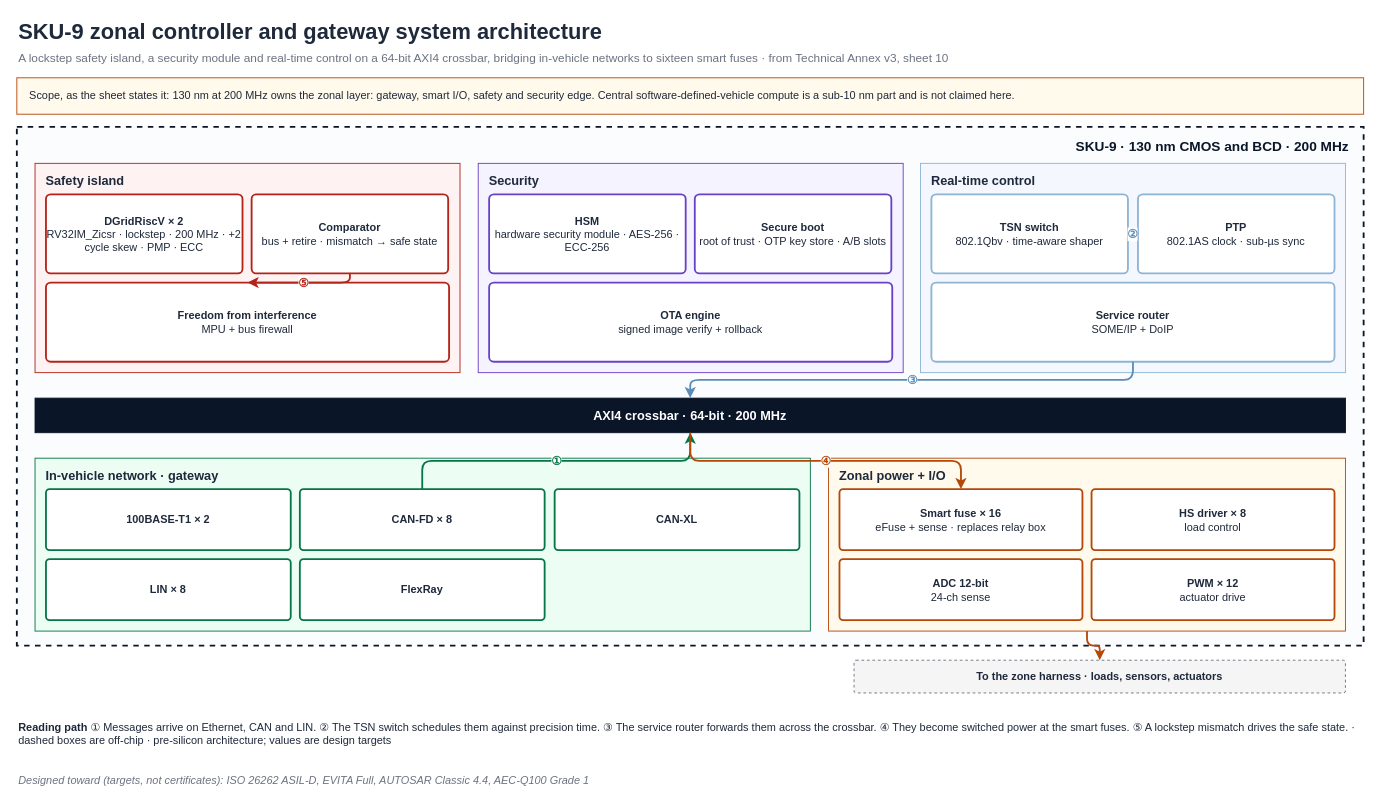
This is public/downloads/sku-9-architecture.drawio from shekerkamma/deepgrid-dr-silicon-v10, a draw.io file, before an edit. Source tidied: cells renumbered, new cells numbered last; positions are measured from the earlier drawing's top-left corner, leaving out a move shared by most shapes. Both pictures are drawn from the tidied source at 91%, with x=0, y=0 at pixel (16, 15).
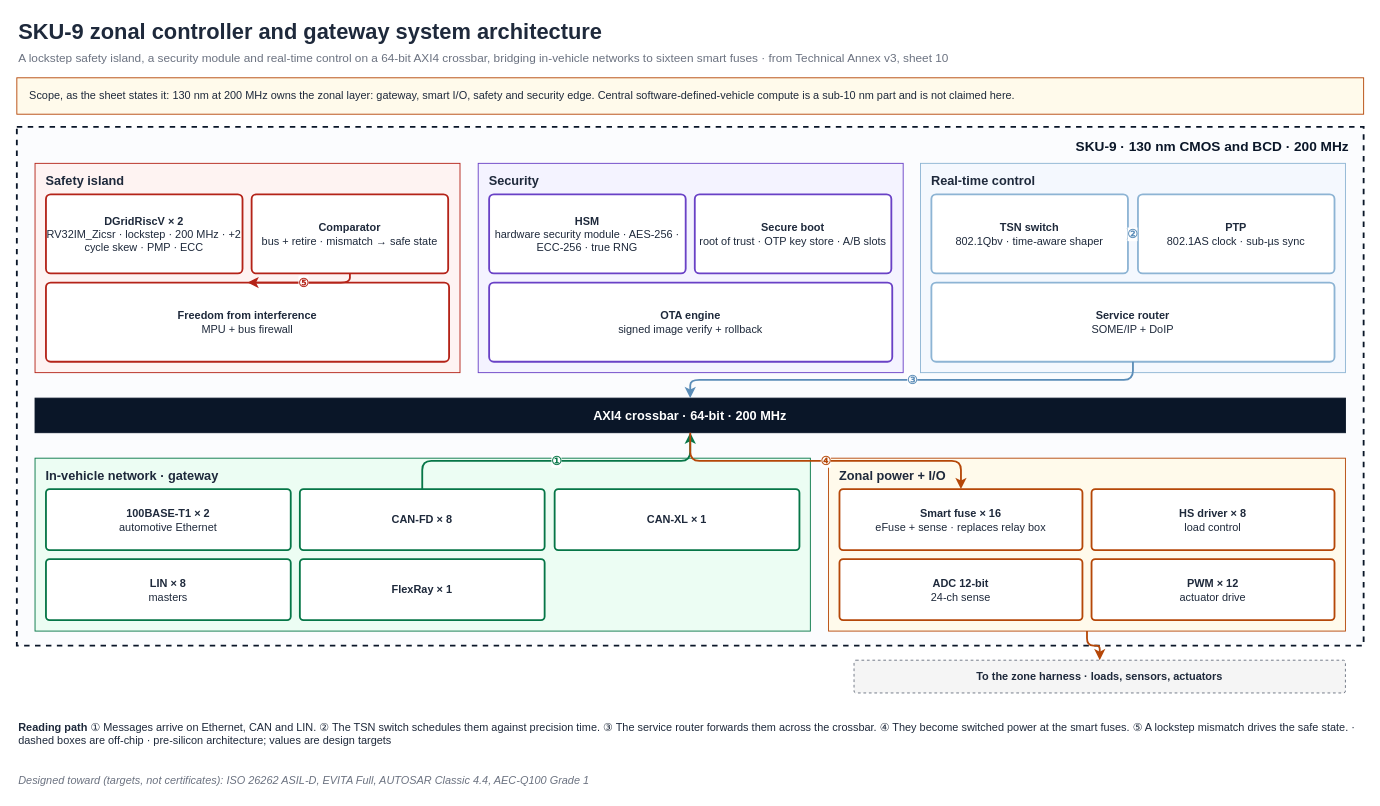
The same page after the edit.

Change to the diagram source:
```diff
@@
-    <mxCell id="11" value="&lt;b&gt;HSM&lt;/b&gt;&lt;br&gt;hardware security module · AES-256 · ECC-256" style="rounded=1;whiteSpace=wrap;html=1;fillColor=#FFFFFF;strokeColor=#6941C6;strokeWidth=2;fontSize=12;fontColor=#1E293B;arcSize=6;" parent="1" vertex="1">
+    <mxCell id="11" value="&lt;b&gt;HSM&lt;/b&gt;&lt;br&gt;hardware security module · AES-256 · ECC-256 · true RNG" style="rounded=1;whiteSpace=wrap;html=1;fillColor=#FFFFFF;strokeColor=#6941C6;strokeWidth=2;fontSize=12;fontColor=#1E293B;arcSize=6;" parent="1" vertex="1">
       <mxGeometry x="519" y="196" width="216" height="87" as="geometry" />
     </mxCell>
@@
-    <mxCell id="20" value="&lt;b&gt;100BASE-T1 × 2&lt;/b&gt;" style="rounded=1;whiteSpace=wrap;html=1;fillColor=#FFFFFF;strokeColor=#067647;strokeWidth=2;fontSize=12;fontColor=#1E293B;arcSize=6;" parent="1" vertex="1">
+    <mxCell id="20" value="&lt;b&gt;100BASE-T1 × 2&lt;/b&gt;&lt;br&gt;automotive Ethernet" style="rounded=1;whiteSpace=wrap;html=1;fillColor=#FFFFFF;strokeColor=#067647;strokeWidth=2;fontSize=12;fontColor=#1E293B;arcSize=6;" parent="1" vertex="1">
       <mxGeometry x="32" y="520" width="269" height="67" as="geometry" />
     </mxCell>
@@
-    <mxCell id="22" value="&lt;b&gt;CAN-XL&lt;/b&gt;" style="rounded=1;whiteSpace=wrap;html=1;fillColor=#FFFFFF;strokeColor=#067647;strokeWidth=2;fontSize=12;fontColor=#1E293B;arcSize=6;" parent="1" vertex="1">
+    <mxCell id="22" value="&lt;b&gt;CAN-XL × 1&lt;/b&gt;" style="rounded=1;whiteSpace=wrap;html=1;fillColor=#FFFFFF;strokeColor=#067647;strokeWidth=2;fontSize=12;fontColor=#1E293B;arcSize=6;" parent="1" vertex="1">
       <mxGeometry x="591" y="520" width="269" height="67" as="geometry" />
     </mxCell>
-    <mxCell id="23" value="&lt;b&gt;LIN × 8&lt;/b&gt;" style="rounded=1;whiteSpace=wrap;html=1;fillColor=#FFFFFF;strokeColor=#067647;strokeWidth=2;fontSize=12;fontColor=#1E293B;arcSize=6;" parent="1" vertex="1">
+    <mxCell id="23" value="&lt;b&gt;LIN × 8&lt;/b&gt;&lt;br&gt;masters" style="rounded=1;whiteSpace=wrap;html=1;fillColor=#FFFFFF;strokeColor=#067647;strokeWidth=2;fontSize=12;fontColor=#1E293B;arcSize=6;" parent="1" vertex="1">
       <mxGeometry x="32" y="597" width="269" height="67" as="geometry" />
     </mxCell>
-    <mxCell id="24" value="&lt;b&gt;FlexRay&lt;/b&gt;" style="rounded=1;whiteSpace=wrap;html=1;fillColor=#FFFFFF;strokeColor=#067647;strokeWidth=2;fontSize=12;fontColor=#1E293B;arcSize=6;" parent="1" vertex="1">
+    <mxCell id="24" value="&lt;b&gt;FlexRay × 1&lt;/b&gt;" style="rounded=1;whiteSpace=wrap;html=1;fillColor=#FFFFFF;strokeColor=#067647;strokeWidth=2;fontSize=12;fontColor=#1E293B;arcSize=6;" parent="1" vertex="1">
       <mxGeometry x="311" y="597" width="269" height="67" as="geometry" />
     </mxCell>
```
